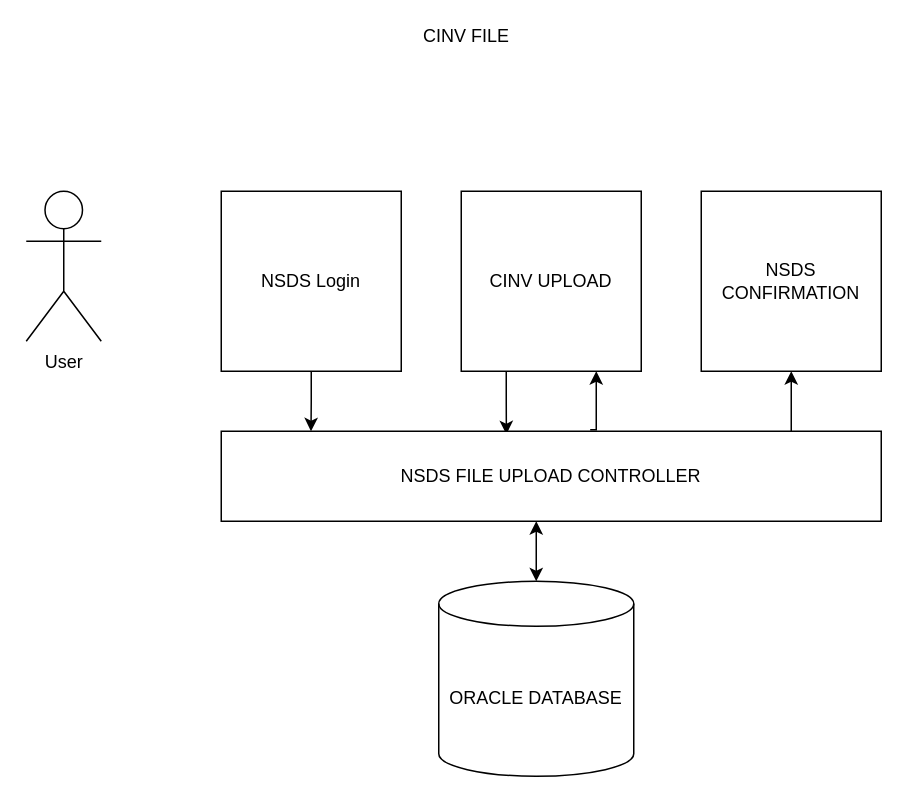
Earlier version of the draw.io diagram Existing Upload Data Import_NSDS_CINV.drawio (1000pilar/import-system-ii). Source tidied: cells renumbered, new cells numbered last; positions are measured from the earlier drawing's top-left corner, leaving out a move shared by most shapes. Both pictures are drawn from the tidied source at 150%, with x=0, y=0 at pixel (26, 40).
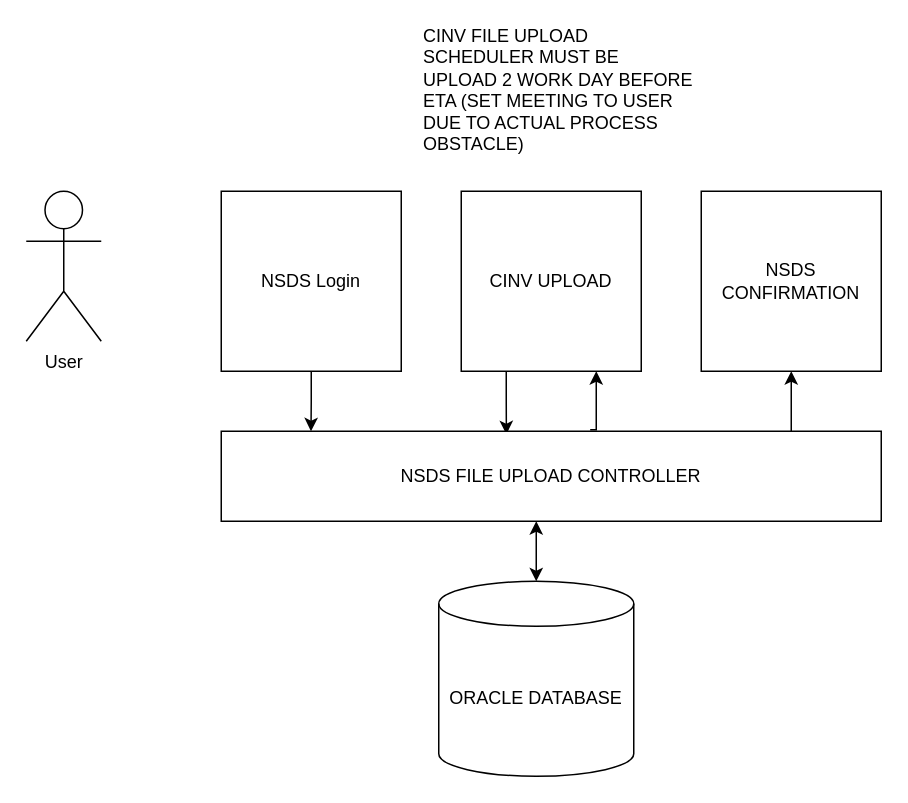
The same diagram, later.

Diff of the diagram source:
```diff
@@
 <mxGraphModel>
   <root>
     <mxCell id="0" />
     <mxCell id="1" parent="0" />
     <mxCell id="2" value="User" style="shape=umlActor;verticalLabelPosition=bottom;verticalAlign=top;html=1;" parent="1" vertex="1">
       <mxGeometry y="100" width="50" height="100" as="geometry" />
     </mxCell>
     <mxCell id="3" style="edgeStyle=orthogonalEdgeStyle;rounded=0;jettySize=auto;html=1;exitX=0.5;exitY=1;exitDx=0;exitDy=0;entryX=0.136;entryY=0;entryDx=0;entryDy=0;entryPerimeter=0;" parent="1" edge="1" source="4" target="9">
       <mxGeometry relative="1" as="geometry" />
     </mxCell>
     <mxCell id="4" value="NSDS Login" style="whiteSpace=wrap;html=1;" parent="1" vertex="1">
       <mxGeometry x="130" y="100" width="120" height="120" as="geometry" />
     </mxCell>
     <mxCell id="5" style="edgeStyle=orthogonalEdgeStyle;rounded=0;jettySize=auto;html=1;exitX=0.25;exitY=1;exitDx=0;exitDy=0;entryX=0.432;entryY=0.033;entryDx=0;entryDy=0;entryPerimeter=0;" parent="1" edge="1" source="6" target="9">
       <mxGeometry relative="1" as="geometry" />
     </mxCell>
     <mxCell id="6" value="CINV UPLOAD" style="whiteSpace=wrap;html=1;" parent="1" vertex="1">
       <mxGeometry x="290" y="100" width="120" height="120" as="geometry" />
     </mxCell>
     <mxCell id="7" value="NSDS CONFIRMATION" style="whiteSpace=wrap;html=1;" parent="1" vertex="1">
       <mxGeometry x="450" y="100" width="120" height="120" as="geometry" />
     </mxCell>
     <mxCell id="8" style="edgeStyle=orthogonalEdgeStyle;rounded=0;jettySize=auto;html=1;exitX=0.559;exitY=-0.017;exitDx=0;exitDy=0;entryX=0.75;entryY=1;entryDx=0;entryDy=0;exitPerimeter=0;" parent="1" edge="1" source="9" target="6">
       <mxGeometry relative="1" as="geometry">
         <Array as="points">
           <mxPoint x="380" y="259" />
         </Array>
       </mxGeometry>
     </mxCell>
     <mxCell id="9" value="NSDS FILE UPLOAD CONTROLLER" style="rounded=0;whiteSpace=wrap;html=1;" parent="1" vertex="1">
       <mxGeometry x="130" y="260" width="440" height="60" as="geometry" />
     </mxCell>
     <mxCell id="10" value="ORACLE DATABASE" style="shape=cylinder3;whiteSpace=wrap;html=1;boundedLbl=1;backgroundOutline=1;size=15;" parent="1" vertex="1">
       <mxGeometry x="275" y="360" width="130" height="130" as="geometry" />
     </mxCell>
     <mxCell id="11" style="endArrow=classic;startArrow=classic;html=1;rounded=0;exitX=0.5;exitY=0;exitDx=0;exitDy=0;exitPerimeter=0;" parent="1" edge="1" source="10">
       <mxGeometry relative="1" as="geometry">
         <mxPoint x="340" y="320" as="targetPoint" />
       </mxGeometry>
     </mxCell>
     <mxCell id="12" style="endArrow=classic;html=1;rounded=0;entryX=0.5;entryY=1;entryDx=0;entryDy=0;" parent="1" edge="1" target="7">
       <mxGeometry relative="1" as="geometry">
         <mxPoint x="510" y="260" as="sourcePoint" />
       </mxGeometry>
     </mxCell>
-    <mxCell id="13" value="CINV FILE " style="text;html=1;strokeColor=none;fillColor=none;spacing=5;spacingTop=-20;whiteSpace=wrap;overflow=hidden;rounded=0;" parent="1" vertex="1">
-      <mxGeometry x="260" width="170" height="80" as="geometry" />
+    <mxCell id="13" value="CINV FILE UPLOAD SCHEDULER MUST BE UPLOAD 2 WORK DAY BEFORE ETA (SET MEETING TO USER DUE TO ACTUAL PROCESS OBSTACLE)" style="text;html=1;strokeColor=none;fillColor=none;spacing=5;spacingTop=-20;whiteSpace=wrap;overflow=hidden;rounded=0;" parent="1" vertex="1">
+      <mxGeometry x="260" width="190" height="80" as="geometry" />
     </mxCell>
   </root>
 </mxGraphModel>
```
